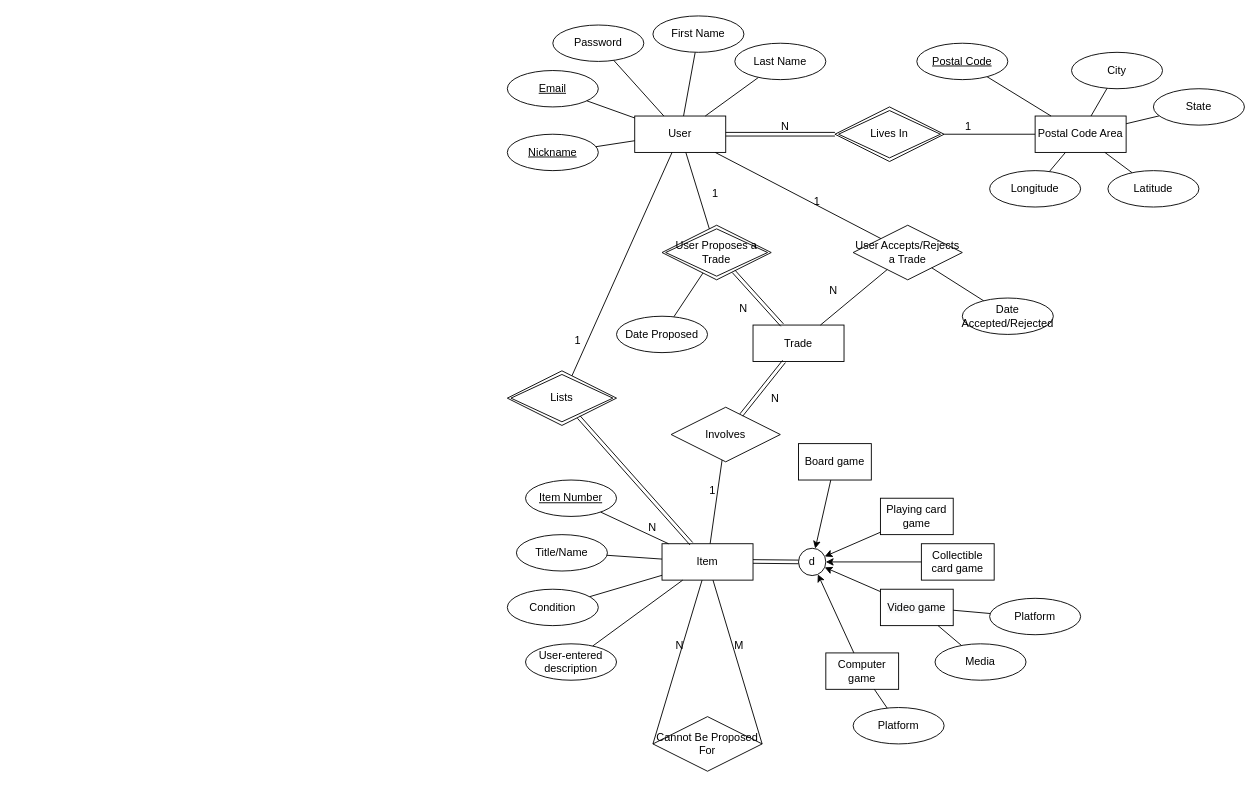
Earlier version of the draw.io diagram Untitled Diagram.drawio (joshliuzh/cs6400). Source tidied: cells renumbered, new cells numbered last; positions are measured from the earlier drawing's top-left corner, leaving out a move shared by most shapes. Both pictures are drawn from the tidied source at 91%, with x=0, y=0 at pixel (507, 15).
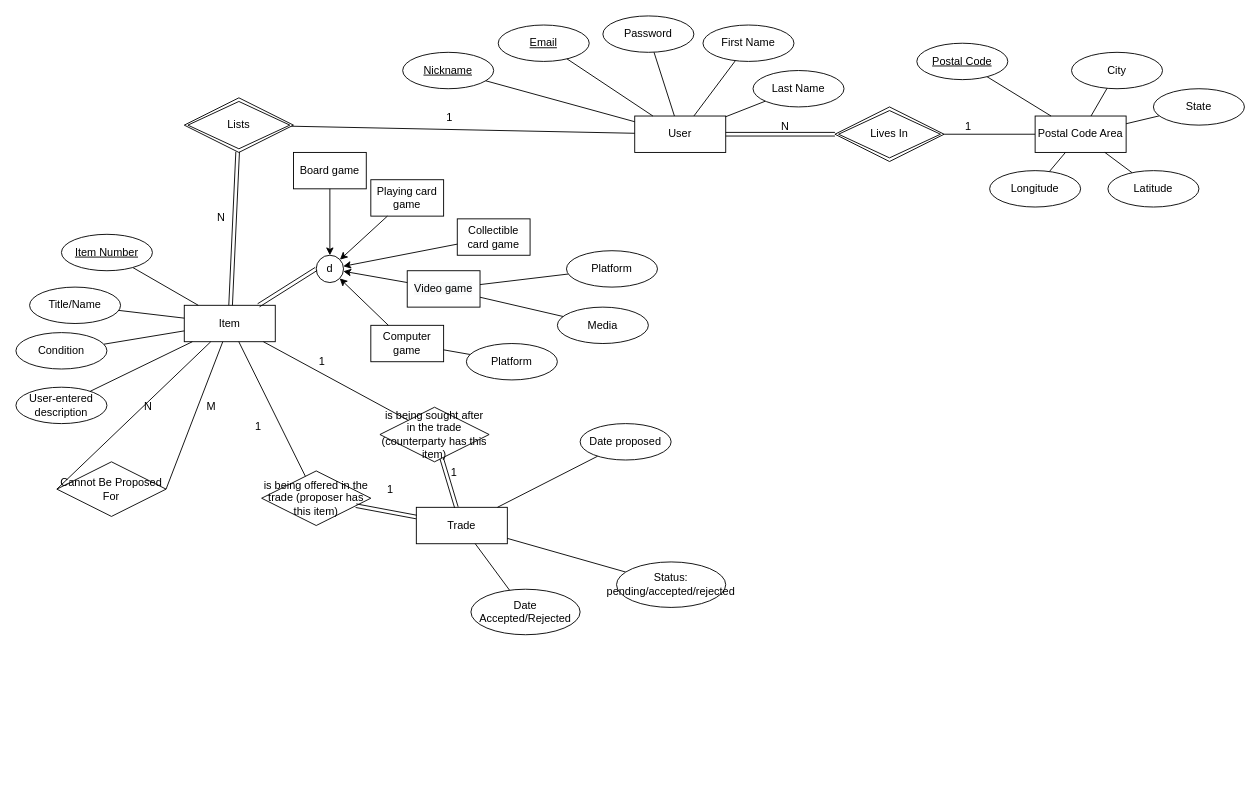
The same page after the edit.

Unchanged cells that the change refers to:
```xml
<mxCell id="2" value="User" style="whiteSpace=wrap;html=1;align=center;rounded=0;" parent="1" vertex="1">
  <mxGeometry x="140" y="110" width="100" height="40" as="geometry" />
</mxCell>
<mxCell id="70" style="endArrow=none;html=1;rounded=0;" parent="1" edge="1" source="2" target="69">
  <mxGeometry relative="1" as="geometry" />
</mxCell>
<mxCell id="72" style="shape=link;html=1;rounded=0;" parent="1" edge="1" source="69" target="29">
  <mxGeometry relative="1" as="geometry" />
</mxCell>
<mxCell id="77" style="shape=link;html=1;rounded=0;" parent="1" edge="1" source="56" target="76">
  <mxGeometry relative="1" as="geometry" />
</mxCell>
<mxCell id="79" style="endArrow=none;html=1;rounded=0;" parent="1" edge="1" source="76" target="29">
  <mxGeometry relative="1" as="geometry" />
</mxCell>
<mxCell id="82" style="endArrow=none;html=1;rounded=0;exitX=0;exitY=0.5;exitDx=0;exitDy=0;" parent="1" edge="1" source="81" target="29">
  <mxGeometry relative="1" as="geometry" />
</mxCell>
<mxCell id="84" style="endArrow=none;html=1;rounded=0;exitX=1;exitY=0.5;exitDx=0;exitDy=0;" parent="1" edge="1" source="81" target="29">
  <mxGeometry relative="1" as="geometry" />
</mxCell>
```

The edit, as a diff of the source:
```diff
@@
     <mxCell id="3" value="Email" style="ellipse;whiteSpace=wrap;html=1;align=center;fontStyle=4;rounded=0;" parent="1" vertex="1">
-      <mxGeometry y="60" width="100" height="40" as="geometry" />
+      <mxGeometry x="-10" y="10" width="100" height="40" as="geometry" />
     </mxCell>
@@
     <mxCell id="6" value="Password" style="ellipse;whiteSpace=wrap;html=1;align=center;rounded=0;" parent="1" vertex="1">
-      <mxGeometry x="50" y="10" width="100" height="40" as="geometry" />
+      <mxGeometry x="105" width="100" height="40" as="geometry" />
     </mxCell>
@@
     <mxCell id="8" value="First Name" style="ellipse;whiteSpace=wrap;html=1;align=center;rounded=0;" parent="1" vertex="1">
-      <mxGeometry x="160" width="100" height="40" as="geometry" />
+      <mxGeometry x="215" y="10" width="100" height="40" as="geometry" />
     </mxCell>
@@
     <mxCell id="10" value="Last Name" style="ellipse;whiteSpace=wrap;html=1;align=center;rounded=0;" parent="1" vertex="1">
-      <mxGeometry x="250" y="30" width="100" height="40" as="geometry" />
+      <mxGeometry x="270" y="60" width="100" height="40" as="geometry" />
     </mxCell>
     <mxCell id="11" value="Nickname" style="ellipse;whiteSpace=wrap;html=1;align=center;fontStyle=4;rounded=0;" parent="1" vertex="1">
-      <mxGeometry y="130" width="100" height="40" as="geometry" />
+      <mxGeometry x="-115" y="40" width="100" height="40" as="geometry" />
     </mxCell>
@@
     <mxCell id="29" value="Item" style="whiteSpace=wrap;html=1;align=center;rounded=0;" parent="1" vertex="1">
-      <mxGeometry x="170" y="580" width="100" height="40" as="geometry" />
+      <mxGeometry x="-355" y="318" width="100" height="40" as="geometry" />
     </mxCell>
@@
     <mxCell id="31" value="Item Number" style="ellipse;whiteSpace=wrap;html=1;align=center;fontStyle=4;rounded=0;" parent="1" vertex="1">
-      <mxGeometry x="20" y="510" width="100" height="40" as="geometry" />
+      <mxGeometry x="-490" y="240" width="100" height="40" as="geometry" />
     </mxCell>
     <mxCell id="32" value="d" style="ellipse;whiteSpace=wrap;html=1;align=center;newEdgeStyle={&quot;edgeStyle&quot;:&quot;entityRelationEdgeStyle&quot;,&quot;startArrow&quot;:&quot;none&quot;,&quot;endArrow&quot;:&quot;none&quot;,&quot;segment&quot;:10,&quot;curved&quot;:1};rounded=0;" parent="1" vertex="1" collapsed="1">
-      <mxGeometry x="320" y="585" width="30" height="30" as="geometry" />
+      <mxGeometry x="-210" y="263" width="30" height="30" as="geometry" />
     </mxCell>
-    <mxCell id="33" style="shape=link;html=1;rounded=0;entryX=0;entryY=0.5;entryDx=0;entryDy=0;" parent="1" edge="1" target="32">
-      <mxGeometry relative="1" as="geometry">
-        <mxPoint x="270" y="599.5" as="sourcePoint" />
-      </mxGeometry>
+    <mxCell id="33" style="shape=link;html=1;rounded=0;entryX=0;entryY=0.5;entryDx=0;entryDy=0;" parent="1" edge="1" source="29" target="32">
+      <mxGeometry relative="1" as="geometry" />
     </mxCell>
     <mxCell id="34" value="Board game" style="rounded=0;whiteSpace=wrap;html=1;" parent="1" vertex="1">
-      <mxGeometry x="320" y="470" width="80" height="40" as="geometry" />
+      <mxGeometry x="-235" y="150" width="80" height="40" as="geometry" />
     </mxCell>
@@
     <mxCell id="36" value="Playing card game" style="rounded=0;whiteSpace=wrap;html=1;" parent="1" vertex="1">
-      <mxGeometry x="410" y="530" width="80" height="40" as="geometry" />
+      <mxGeometry x="-150" y="180" width="80" height="40" as="geometry" />
     </mxCell>
@@
     <mxCell id="38" value="Collectible card game" style="rounded=0;whiteSpace=wrap;html=1;" parent="1" vertex="1">
-      <mxGeometry x="455" y="580" width="80" height="40" as="geometry" />
+      <mxGeometry x="-55" y="223" width="80" height="40" as="geometry" />
     </mxCell>
@@
     <mxCell id="40" value="&lt;span style=&quot;color: rgb(0, 0, 0); font-family: Helvetica; font-size: 12px; font-style: normal; font-variant-ligatures: normal; font-variant-caps: normal; font-weight: 400; letter-spacing: normal; orphans: 2; text-align: center; text-indent: 0px; text-transform: none; widows: 2; word-spacing: 0px; -webkit-text-stroke-width: 0px; background-color: rgb(248, 249, 250); text-decoration-thickness: initial; text-decoration-style: initial; text-decoration-color: initial; float: none; display: inline !important;&quot;&gt;Video game&lt;/span&gt;" style="rounded=0;whiteSpace=wrap;html=1;" parent="1" vertex="1">
-      <mxGeometry x="410" y="630" width="80" height="40" as="geometry" />
+      <mxGeometry x="-110" y="280" width="80" height="40" as="geometry" />
     </mxCell>
@@
     <mxCell id="42" value="Computer game" style="rounded=0;whiteSpace=wrap;html=1;" parent="1" vertex="1">
-      <mxGeometry x="350" y="700" width="80" height="40" as="geometry" />
+      <mxGeometry x="-150" y="340" width="80" height="40" as="geometry" />
     </mxCell>
@@
     <mxCell id="45" value="Media" style="ellipse;whiteSpace=wrap;html=1;align=center;rounded=0;" parent="1" vertex="1">
-      <mxGeometry x="470" y="690" width="100" height="40" as="geometry" />
+      <mxGeometry x="55" y="320" width="100" height="40" as="geometry" />
     </mxCell>
@@
     <mxCell id="47" value="Platform" style="ellipse;whiteSpace=wrap;html=1;align=center;rounded=0;" parent="1" vertex="1">
-      <mxGeometry x="530" y="640" width="100" height="40" as="geometry" />
+      <mxGeometry x="65" y="258" width="100" height="40" as="geometry" />
     </mxCell>
@@
     <mxCell id="49" value="Platform" style="ellipse;whiteSpace=wrap;html=1;align=center;rounded=0;" parent="1" vertex="1">
-      <mxGeometry x="380" y="760" width="100" height="40" as="geometry" />
+      <mxGeometry x="-45" y="360" width="100" height="40" as="geometry" />
     </mxCell>
@@
     <mxCell id="51" value="Condition" style="ellipse;whiteSpace=wrap;html=1;align=center;rounded=0;" parent="1" vertex="1">
-      <mxGeometry y="630" width="100" height="40" as="geometry" />
+      <mxGeometry x="-540" y="348" width="100" height="40" as="geometry" />
     </mxCell>
@@
     <mxCell id="53" value="User-entered description" style="ellipse;whiteSpace=wrap;html=1;align=center;rounded=0;" parent="1" vertex="1">
-      <mxGeometry x="20" y="690" width="100" height="40" as="geometry" />
+      <mxGeometry x="-540" y="408" width="100" height="40" as="geometry" />
     </mxCell>
@@
     <mxCell id="55" value="Title/Name" style="ellipse;whiteSpace=wrap;html=1;align=center;rounded=0;" parent="1" vertex="1">
-      <mxGeometry x="10" y="570" width="100" height="40" as="geometry" />
+      <mxGeometry x="-525" y="298" width="100" height="40" as="geometry" />
     </mxCell>
     <mxCell id="56" value="Trade" style="whiteSpace=wrap;html=1;align=center;rounded=0;" parent="1" vertex="1">
-      <mxGeometry x="270" y="339.7" width="100" height="40" as="geometry" />
+      <mxGeometry x="-100" y="540" width="100" height="40" as="geometry" />
     </mxCell>
-    <mxCell id="57" value="User Proposes a Trade" style="shape=rhombus;double=1;perimeter=rhombusPerimeter;whiteSpace=wrap;html=1;align=center;rounded=0;" parent="1" vertex="1">
-      <mxGeometry x="170" y="230" width="120" height="60" as="geometry" />
-    </mxCell>
-    <mxCell id="58" style="endArrow=none;html=1;rounded=0;" parent="1" edge="1" source="2" target="57">
-      <mxGeometry relative="1" as="geometry" />
-    </mxCell>
-    <mxCell id="59" value="1" style="html=1;align=right;verticalAlign=bottom;rounded=0;" parent="58" vertex="1">
-      <mxGeometry x="1" relative="1" as="geometry">
-        <mxPoint x="10" y="-30" as="offset" />
-      </mxGeometry>
-    </mxCell>
-    <mxCell id="60" style="shape=link;html=1;rounded=0;" parent="1" edge="1" source="57" target="56">
-      <mxGeometry relative="1" as="geometry" />
-    </mxCell>
-    <mxCell id="61" value="N" style="html=1;align=right;verticalAlign=bottom;rounded=0;" parent="60" vertex="1">
-      <mxGeometry x="1" relative="1" as="geometry">
-        <mxPoint x="-38" y="-10" as="offset" />
-      </mxGeometry>
-    </mxCell>
-    <mxCell id="62" style="endArrow=none;html=1;rounded=0;" parent="1" edge="1" source="63" target="57">
-      <mxGeometry relative="1" as="geometry" />
-    </mxCell>
-    <mxCell id="63" value="Date Proposed" style="ellipse;whiteSpace=wrap;html=1;align=center;rounded=0;" parent="1" vertex="1">
-      <mxGeometry x="120" y="330" width="100" height="40" as="geometry" />
-    </mxCell>
-    <mxCell id="64" value="User Accepts/Rejects a Trade" style="shape=rhombus;perimeter=rhombusPerimeter;whiteSpace=wrap;html=1;align=center;rounded=0;" parent="1" vertex="1">
-      <mxGeometry x="380" y="230" width="120" height="60" as="geometry" />
-    </mxCell>
-    <mxCell id="65" style="endArrow=none;html=1;rounded=0;" parent="1" edge="1" source="2" target="64">
-      <mxGeometry relative="1" as="geometry" />
-    </mxCell>
-    <mxCell id="66" value="1" style="html=1;align=right;verticalAlign=bottom;rounded=0;" parent="65" vertex="1">
-      <mxGeometry x="1" relative="1" as="geometry">
-        <mxPoint x="-66" y="-33" as="offset" />
-      </mxGeometry>
-    </mxCell>
-    <mxCell id="67" style="endArrow=none;html=1;rounded=0;" parent="1" edge="1" source="56" target="64">
-      <mxGeometry relative="1" as="geometry" />
-    </mxCell>
-    <mxCell id="68" value="N" style="html=1;align=right;verticalAlign=bottom;rounded=0;" parent="1" vertex="1">
-      <mxGeometry x="260" y="339.7" as="geometry">
-        <mxPoint x="103" y="-30" as="offset" />
-      </mxGeometry>
-    </mxCell>
     <mxCell id="69" value="Lists" style="shape=rhombus;double=1;perimeter=rhombusPerimeter;whiteSpace=wrap;html=1;align=center;rounded=0;" parent="1" vertex="1">
-      <mxGeometry y="390" width="120" height="60" as="geometry" />
+      <mxGeometry x="-355" y="90" width="120" height="60" as="geometry" />
     </mxCell>
@@
     <mxCell id="71" value="1" style="html=1;align=right;verticalAlign=bottom;rounded=0;" parent="70" vertex="1">
       <mxGeometry x="1" relative="1" as="geometry">
-        <mxPoint x="10" y="-30" as="offset" />
+        <mxPoint x="177" y="-1" as="offset" />
       </mxGeometry>
     </mxCell>
@@
     <mxCell id="73" value="N" style="html=1;align=right;verticalAlign=bottom;rounded=0;" parent="72" vertex="1">
       <mxGeometry x="1" relative="1" as="geometry">
-        <mxPoint x="-38" y="-10" as="offset" />
+        <mxPoint x="-6" y="-88" as="offset" />
       </mxGeometry>
     </mxCell>
-    <mxCell id="74" style="endArrow=none;html=1;rounded=0;" parent="1" edge="1" source="75" target="64">
-      <mxGeometry relative="1" as="geometry" />
-    </mxCell>
-    <mxCell id="75" value="Date Accepted/Rejected" style="ellipse;whiteSpace=wrap;html=1;align=center;rounded=0;" parent="1" vertex="1">
-      <mxGeometry x="500" y="310" width="100" height="40" as="geometry" />
-    </mxCell>
-    <mxCell id="76" value="Involves" style="shape=rhombus;perimeter=rhombusPerimeter;whiteSpace=wrap;html=1;align=center;rounded=0;" parent="1" vertex="1">
-      <mxGeometry x="180" y="430" width="120" height="60" as="geometry" />
+    <mxCell id="76" value="is being offered in the trade (proposer has this item)" style="shape=rhombus;perimeter=rhombusPerimeter;whiteSpace=wrap;html=1;align=center;rounded=0;" parent="1" vertex="1">
+      <mxGeometry x="-270" y="500" width="120" height="60" as="geometry" />
     </mxCell>
@@
-    <mxCell id="78" value="N" style="html=1;align=right;verticalAlign=bottom;rounded=0;" parent="77" vertex="1">
+    <mxCell id="78" value="1" style="html=1;align=right;verticalAlign=bottom;rounded=0;" parent="77" vertex="1">
       <mxGeometry x="1" relative="1" as="geometry">
         <mxPoint x="42" y="-9" as="offset" />
       </mxGeometry>
     </mxCell>
@@
     <mxCell id="80" value="1" style="html=1;align=right;verticalAlign=bottom;rounded=0;" parent="79" vertex="1">
       <mxGeometry x="1" relative="1" as="geometry">
-        <mxPoint x="6" y="-50" as="offset" />
+        <mxPoint x="25" y="102" as="offset" />
       </mxGeometry>
     </mxCell>
     <mxCell id="81" value="Cannot Be Proposed For" style="shape=rhombus;perimeter=rhombusPerimeter;whiteSpace=wrap;html=1;align=center;rounded=0;" parent="1" vertex="1">
-      <mxGeometry x="160" y="770" width="120" height="60" as="geometry" />
+      <mxGeometry x="-495" y="490" width="120" height="60" as="geometry" />
     </mxCell>
@@
     <mxCell id="83" value="N" style="html=1;align=right;verticalAlign=bottom;rounded=0;" parent="82" vertex="1">
       <mxGeometry x="1" relative="1" as="geometry">
-        <mxPoint x="-20" y="80" as="offset" />
+        <mxPoint x="-64" y="80" as="offset" />
       </mxGeometry>
     </mxCell>
@@
     <mxCell id="85" value="M" style="html=1;align=right;verticalAlign=bottom;rounded=0;" parent="84" vertex="1">
       <mxGeometry x="1" relative="1" as="geometry">
-        <mxPoint x="34" y="80" as="offset" />
+        <mxPoint x="-7" y="80" as="offset" />
       </mxGeometry>
     </mxCell>
+    <mxCell id="86" value="is being sought after in the trade (counterparty has this item)" style="shape=rhombus;perimeter=rhombusPerimeter;whiteSpace=wrap;html=1;align=center;rounded=0;" parent="1" vertex="1">
+      <mxGeometry x="-140" y="430" width="120" height="60" as="geometry" />
+    </mxCell>
+    <mxCell id="87" style="shape=link;html=1;rounded=0;startFill=1;" parent="1" edge="1" source="56" target="86">
+      <mxGeometry relative="1" as="geometry" />
+    </mxCell>
+    <mxCell id="88" value="1" style="html=1;align=right;verticalAlign=bottom;rounded=0;" parent="87" vertex="1">
+      <mxGeometry x="1" relative="1" as="geometry">
+        <mxPoint x="17" y="24" as="offset" />
+      </mxGeometry>
+    </mxCell>
+    <mxCell id="89" style="endArrow=none;html=1;rounded=0;" parent="1" edge="1" source="86" target="29">
+      <mxGeometry relative="1" as="geometry" />
+    </mxCell>
+    <mxCell id="90" value="1" style="html=1;align=right;verticalAlign=bottom;rounded=0;" parent="89" vertex="1">
+      <mxGeometry x="1" relative="1" as="geometry">
+        <mxPoint x="68" y="30" as="offset" />
+      </mxGeometry>
+    </mxCell>
+    <mxCell id="91" style="endArrow=none;html=1;rounded=0;" parent="1" edge="1" source="92" target="56">
+      <mxGeometry relative="1" as="geometry" />
+    </mxCell>
+    <mxCell id="92" value="Date proposed" style="ellipse;whiteSpace=wrap;html=1;align=center;rounded=0;" parent="1" vertex="1">
+      <mxGeometry x="80" y="448" width="100" height="40" as="geometry" />
+    </mxCell>
+    <mxCell id="93" style="endArrow=none;html=1;rounded=0;" parent="1" edge="1" source="94" target="56">
+      <mxGeometry relative="1" as="geometry" />
+    </mxCell>
+    <mxCell id="94" value="Status: pending/accepted/rejected" style="ellipse;whiteSpace=wrap;html=1;align=center;rounded=0;" parent="1" vertex="1">
+      <mxGeometry x="120" y="600" width="120" height="50" as="geometry" />
+    </mxCell>
+    <mxCell id="95" style="endArrow=none;html=1;rounded=0;" parent="1" edge="1" source="75" target="56">
+      <mxGeometry relative="1" as="geometry" />
+    </mxCell>
+    <mxCell id="75" value="Date Accepted/Rejected" style="ellipse;whiteSpace=wrap;html=1;align=center;rounded=0;" parent="1" vertex="1">
+      <mxGeometry x="-40" y="630" width="120" height="50" as="geometry" />
+    </mxCell>
```
